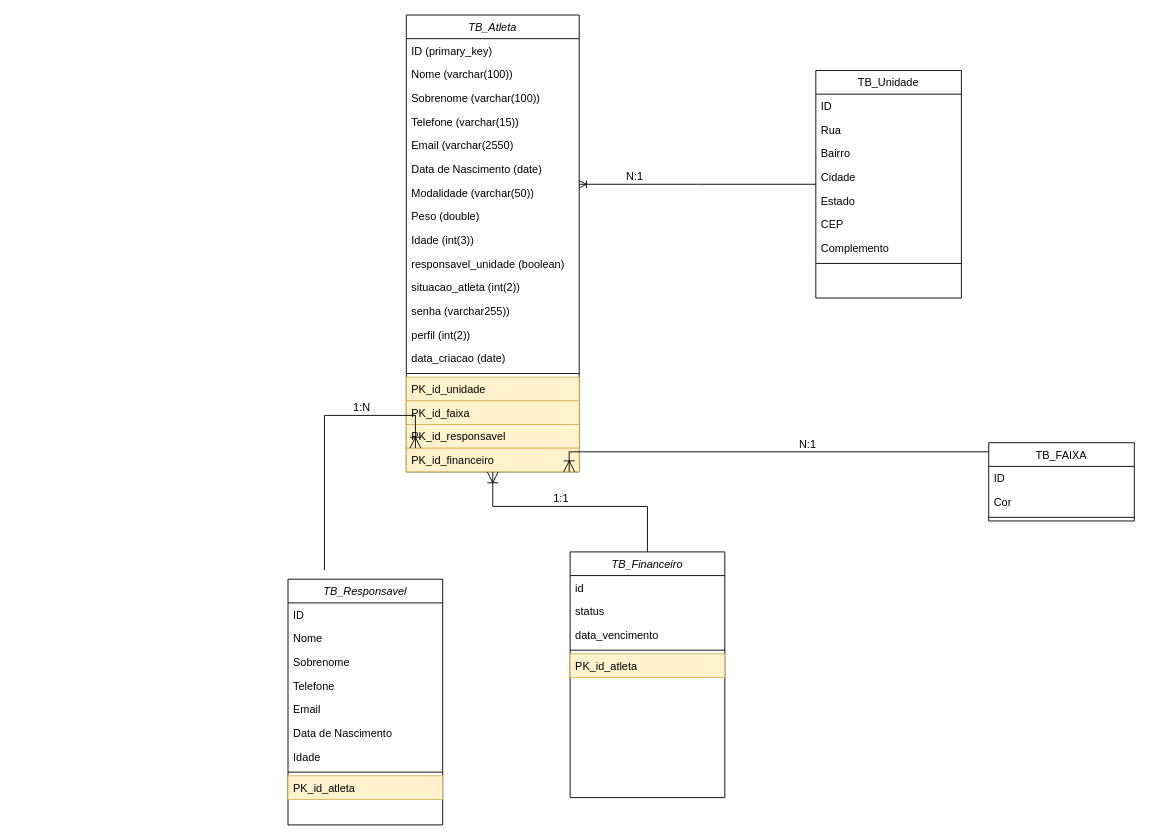
The draw.io diagram Diagrama sem nome.drawio in HttpsWinicius/backend-brabojiujitsu, before the edit. Source tidied: cells renumbered, new cells numbered last; positions are measured from the earlier drawing's top-left corner, leaving out a move shared by most shapes. Both pictures are drawn from the tidied source at 91%, with x=0, y=0 at pixel (288, 15).
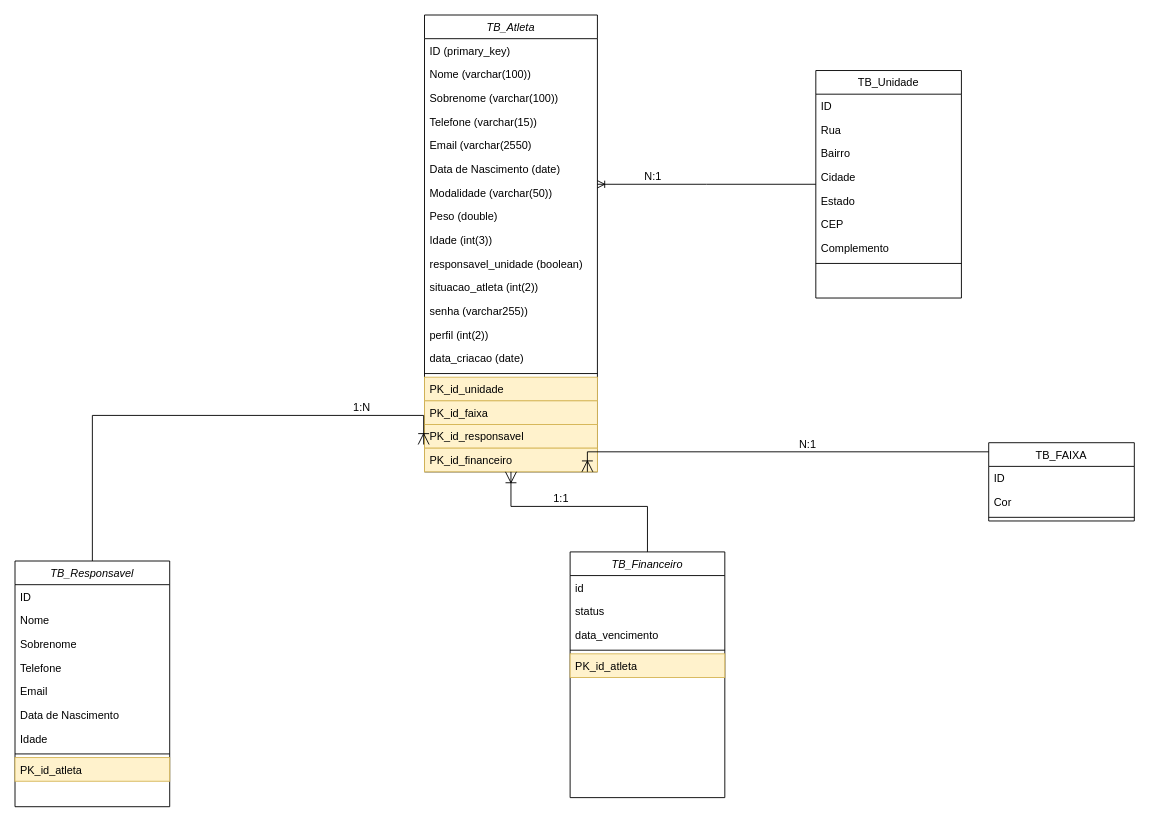
After the change.

The change refers to these unchanged cells:
```xml
<mxCell id="20" value="PK_id_responsavel" style="text;align=left;verticalAlign=top;spacingLeft=4;spacingRight=4;overflow=hidden;points=[[0,0.5],[1,0.5]];portConstraint=west;rounded=0;shadow=0;html=0;fillColor=#fff2cc;strokeColor=#d6b656;" parent="2" vertex="1">
  <mxGeometry y="450" width="190" height="26" as="geometry" />
</mxCell>
<mxCell id="21" value="PK_id_financeiro" style="text;align=left;verticalAlign=top;spacingLeft=4;spacingRight=4;overflow=hidden;points=[[0,0.5],[1,0.5]];portConstraint=west;rounded=0;shadow=0;html=0;fillColor=#fff2cc;strokeColor=#d6b656;" parent="2" vertex="1">
  <mxGeometry y="476" width="190" height="26" as="geometry" />
</mxCell>
```

Diff of the diagram source:
```diff
@@
     <mxCell id="2" value="TB_Atleta" style="swimlane;fontStyle=2;align=center;verticalAlign=top;horizontal=1;startSize=26;rounded=0;shadow=0;strokeWidth=1;" parent="1" vertex="1">
-      <mxGeometry x="130" width="190" height="502" as="geometry" />
+      <mxGeometry x="150" width="190" height="502" as="geometry" />
     </mxCell>
@@
-    <mxCell id="22" style="endArrow=ERoneToMany;endSize=10;endFill=0;shadow=0;strokeWidth=1;rounded=0;edgeStyle=elbowEdgeStyle;elbow=vertical;" parent="1" edge="1" target="21">
+    <mxCell id="22" style="endArrow=ERoneToMany;endSize=10;endFill=0;shadow=0;strokeWidth=1;rounded=0;edgeStyle=elbowEdgeStyle;elbow=vertical;exitX=0.5;exitY=0;exitDx=0;exitDy=0;entryX=-0.005;entryY=0.846;entryDx=0;entryDy=0;entryPerimeter=0;" parent="1" edge="1" source="40" target="20">
       <mxGeometry relative="1" as="geometry">
-        <mxPoint x="40" y="610" as="sourcePoint" />
         <Array as="points">
+          <mxPoint x="70" y="440" />
           <mxPoint x="140" y="440" />
           <mxPoint x="140" y="450" />
           <mxPoint x="80" y="450" />
           <mxPoint x="210" y="430" />
         </Array>
       </mxGeometry>
     </mxCell>
@@
     <mxCell id="40" value="TB_Responsavel" style="swimlane;fontStyle=2;align=center;verticalAlign=top;horizontal=1;startSize=26;rounded=0;shadow=0;strokeWidth=1;" parent="1" vertex="1">
-      <mxGeometry y="620" width="170" height="270" as="geometry" />
+      <mxGeometry x="-300" y="600" width="170" height="270" as="geometry" />
     </mxCell>
```
